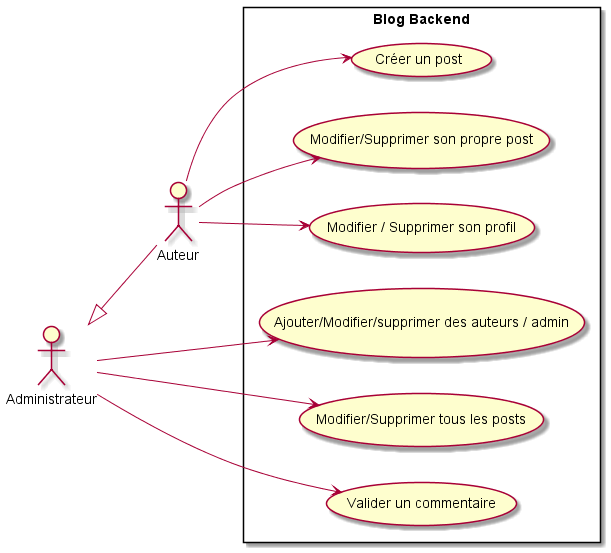
AEcalle/oc-php-project-5 keeps this PlantUML diagram as diagrammes/cas_util_back.png. Above is the earlier version.
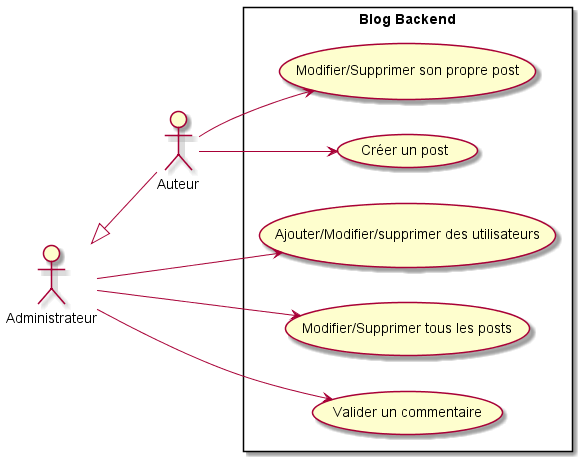
The same diagram one commit later.

What changed in the source:
```diff
@@ -4,17 +4,15 @@
 :Administrateur: as Ad
 rectangle "Blog Backend"{
 	usecase "Cr<U+00E9>er un post" as UC1
-	usecase "Ajouter/Modifier/supprimer des auteurs / admin" as UC2
+	usecase "Ajouter/Modifier/supprimer des utilisateurs" as UC2
 	usecase "Modifier/Supprimer son propre post" as UC3
 	usecase "Modifier/Supprimer tous les posts" as UC4
-	usecase "Modifier / Supprimer son profil" as UC5
 	usecase "Valider un commentaire" as UC6
 }
 Au --> UC1
 Ad --> UC2
 Au --> UC3
 Ad --> UC4
-Au --> UC5
 Ad --> UC6
 Ad <|-- Au
 @enduml
```
